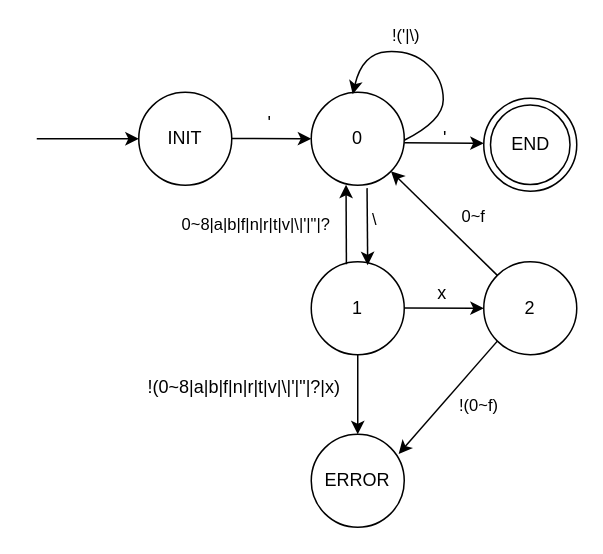
The draw.io diagram 识别字符串常量.drawio in ZYNsama666/BackUp, before the edit. Source tidied: cells renumbered, new cells numbered last; positions are measured from the earlier drawing's top-left corner, leaving out a move shared by most shapes. Both pictures are drawn from the tidied source at 150%, with x=0, y=0 at pixel (36, 50).
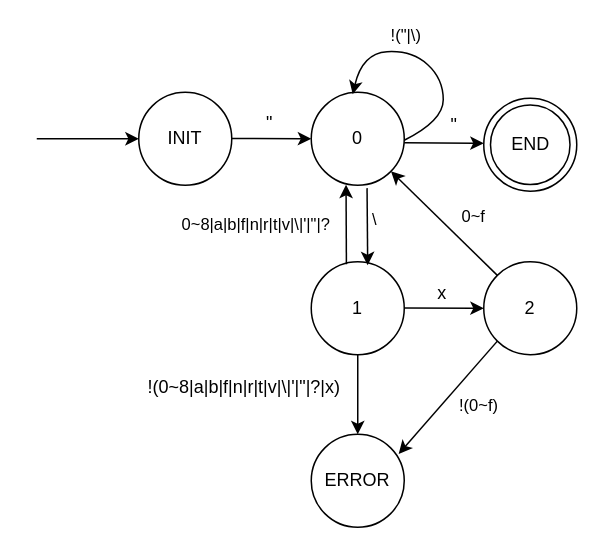
After the change.

Commit message:
更新识别字符串常量.drawio

Unchanged cells that the change refers to:
```xml
<mxCell id="7" style="curved=1;endArrow=classic;html=1;rounded=0;entryX=0.446;entryY=0.022;entryDx=0;entryDy=0;entryPerimeter=0;" parent="1" edge="1" target="3">
  <mxGeometry relative="1" as="geometry">
    <mxPoint x="245" y="60" as="sourcePoint" />
    <Array as="points">
      <mxPoint x="271" y="47" />
      <mxPoint x="271" y="19" />
      <mxPoint x="250" />
      <mxPoint x="217" y="2" />
    </Array>
  </mxGeometry>
</mxCell>
```

What changed in the source:
```diff
@@
-    <mxCell id="6" value="'" style="text;html=1;align=center;verticalAlign=middle;strokeColor=none;fillColor=none;" parent="1" vertex="1">
-      <mxGeometry x="145" y="36" width="20" height="26" as="geometry" />
+    <mxCell id="6" value="&quot;" style="text;html=1;align=center;verticalAlign=middle;strokeColor=none;fillColor=none;" parent="1" vertex="1">
+      <mxGeometry x="144" y="36" width="22" height="26" as="geometry" />
     </mxCell>
@@
-    <mxCell id="8" value="!('|\)" style="edgeLabel;html=1;align=center;verticalAlign=middle;" parent="7" vertex="1">
+    <mxCell id="8" value="!(&quot;|\)" style="edgeLabel;html=1;align=center;verticalAlign=middle;" parent="7" vertex="1">
       <mxGeometry x="0.32" y="-2" relative="1" as="geometry">
         <mxPoint x="7" y="-9" as="offset" />
       </mxGeometry>
     </mxCell>
@@
-    <mxCell id="20" value="'" style="text;html=1;align=center;verticalAlign=middle;strokeColor=none;fillColor=none;" parent="1" vertex="1">
-      <mxGeometry x="262" y="46" width="20" height="26" as="geometry" />
+    <mxCell id="20" value="&quot;" style="text;html=1;align=center;verticalAlign=middle;strokeColor=none;fillColor=none;" parent="1" vertex="1">
+      <mxGeometry x="267" y="36.5" width="22" height="26" as="geometry" />
     </mxCell>
```
